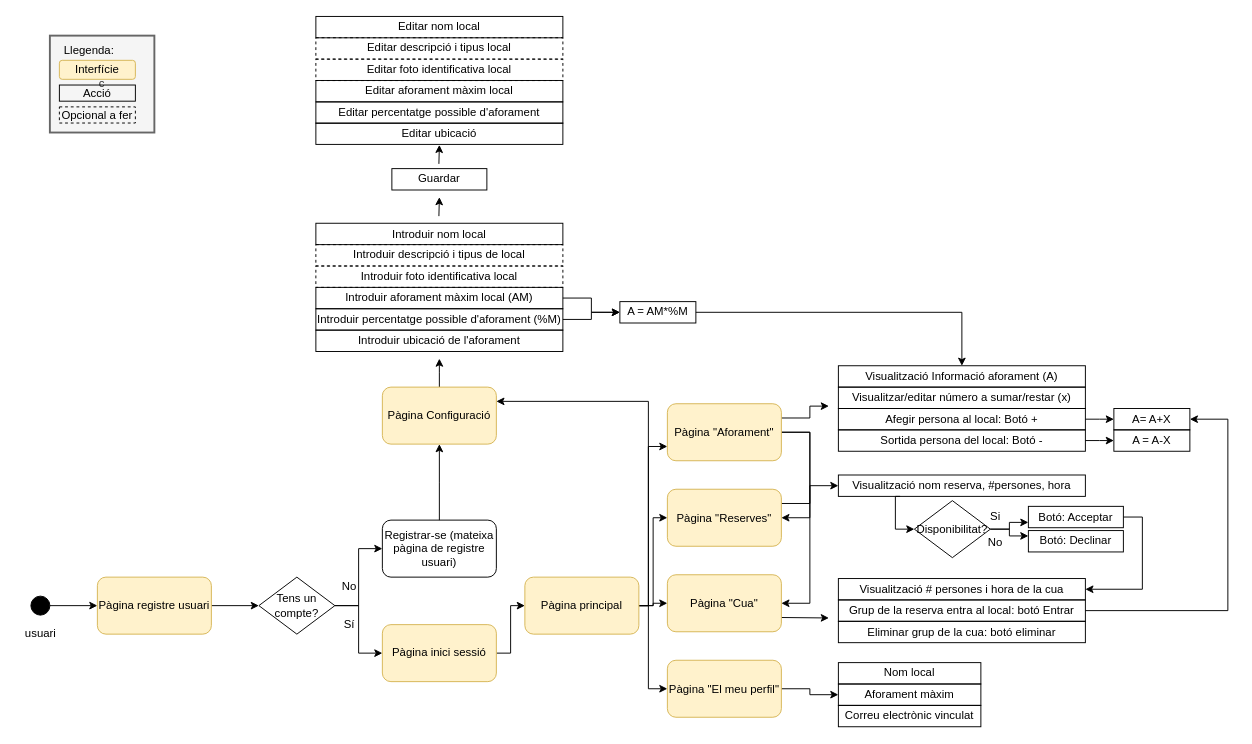
laurasistach/sinedie keeps this draw.io diagram as page "Flow general B2B" (1 of 4) of Sinedie.drawio. Above is the earlier version. Source tidied: cells renumbered, new cells numbered last; positions are measured from the earlier drawing's top-left corner, leaving out a move shared by most shapes. Both pictures are drawn from the tidied source at 95%, with x=0, y=0 at pixel (16, 16).
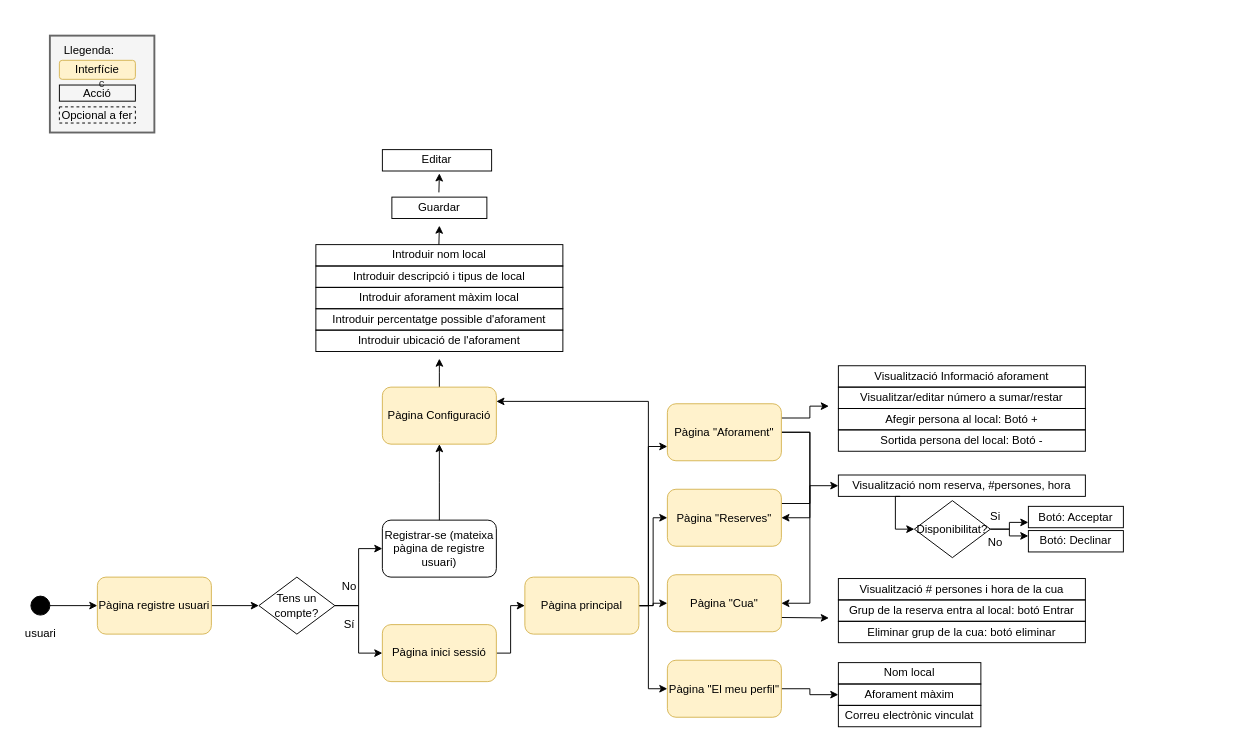
After the change.

The change refers to these unchanged cells:
```xml
<mxCell id="39" value="&lt;div style=&quot;text-align: left&quot;&gt;Afegir persona al local: Botó +&lt;/div&gt;" style="rounded=1;whiteSpace=wrap;html=1;fillColor=none;arcSize=0;" parent="1" vertex="1">
  <mxGeometry x="865" y="412.5" width="260" height="22.5" as="geometry" />
</mxCell>
<mxCell id="42" value="&lt;div style=&quot;text-align: left&quot;&gt;Sortida persona del local: Botó -&lt;/div&gt;" style="rounded=1;whiteSpace=wrap;html=1;fillColor=none;arcSize=0;" parent="1" vertex="1">
  <mxGeometry x="865" y="435" width="260" height="22.5" as="geometry" />
</mxCell>
<mxCell id="51" value="&lt;div style=&quot;text-align: left&quot;&gt;Visualització # persones i hora de la cua&lt;/div&gt;" style="rounded=1;whiteSpace=wrap;html=1;fillColor=none;arcSize=0;" parent="1" vertex="1">
  <mxGeometry x="865" y="591.5" width="260" height="22.5" as="geometry" />
</mxCell>
<mxCell id="53" value="&lt;div style=&quot;text-align: left&quot;&gt;Grup de la reserva entra al local: botó Entrar&lt;/div&gt;" style="rounded=1;whiteSpace=wrap;html=1;fillColor=none;arcSize=0;" parent="1" vertex="1">
  <mxGeometry x="865" y="614" width="260" height="22.5" as="geometry" />
</mxCell>
<mxCell id="59" value="&lt;div style=&quot;text-align: left&quot;&gt;Botó: Acceptar&lt;/div&gt;" style="rounded=1;whiteSpace=wrap;html=1;fillColor=none;arcSize=0;" parent="1" vertex="1">
  <mxGeometry x="1065" y="515.5" width="100" height="22.5" as="geometry" />
</mxCell>
```

Change to the diagram source:
```diff
@@
-    <mxCell id="37" value="&lt;div style=&quot;text-align: left&quot;&gt;Visualitzar/editar número a sumar/restar (x)&lt;/div&gt;" style="rounded=1;whiteSpace=wrap;html=1;fillColor=none;arcSize=0;" parent="1" vertex="1">
+    <mxCell id="37" value="&lt;div style=&quot;text-align: left&quot;&gt;Visualitzar/editar número a sumar/restar&lt;/div&gt;" style="rounded=1;whiteSpace=wrap;html=1;fillColor=none;arcSize=0;" parent="1" vertex="1">
       <mxGeometry x="865" y="390" width="260" height="22.5" as="geometry" />
     </mxCell>
-    <mxCell id="38" style="edgeStyle=elbowEdgeStyle;rounded=0;jettySize=auto;html=1;" parent="1" edge="1" source="39" target="40">
-      <mxGeometry relative="1" as="geometry" />
-    </mxCell>
@@
-    <mxCell id="40" value="&lt;div style=&quot;text-align: left&quot;&gt;A= A+X&lt;/div&gt;" style="rounded=1;whiteSpace=wrap;html=1;fillColor=none;arcSize=0;" parent="1" vertex="1">
-      <mxGeometry x="1155" y="412.5" width="80" height="22.5" as="geometry" />
-    </mxCell>
-    <mxCell id="41" style="edgeStyle=elbowEdgeStyle;rounded=0;jettySize=auto;html=1;exitX=1;exitY=0.5;exitDx=0;exitDy=0;entryX=0;entryY=0.5;entryDx=0;entryDy=0;" parent="1" edge="1" source="42" target="44">
-      <mxGeometry relative="1" as="geometry" />
-    </mxCell>
@@
-    <mxCell id="43" value="&lt;div style=&quot;text-align: left&quot;&gt;Visualització Informació aforament (A)&lt;/div&gt;" style="rounded=1;whiteSpace=wrap;html=1;fillColor=none;arcSize=0;" parent="1" vertex="1">
+    <mxCell id="43" value="&lt;div style=&quot;text-align: left&quot;&gt;Visualització Informació aforament&lt;/div&gt;" style="rounded=1;whiteSpace=wrap;html=1;fillColor=none;arcSize=0;" parent="1" vertex="1">
       <mxGeometry x="865" y="367.5" width="260" height="22.5" as="geometry" />
     </mxCell>
-    <mxCell id="44" value="&lt;div style=&quot;text-align: left&quot;&gt;A = A-X&lt;/div&gt;" style="rounded=1;whiteSpace=wrap;html=1;fillColor=none;arcSize=0;" parent="1" vertex="1">
-      <mxGeometry x="1155" y="435" width="80" height="22.5" as="geometry" />
-    </mxCell>
@@
-    <mxCell id="52" style="edgeStyle=elbowEdgeStyle;rounded=0;jettySize=auto;html=1;entryX=1;entryY=0.5;entryDx=0;entryDy=0;" parent="1" edge="1" source="53" target="40">
-      <mxGeometry relative="1" as="geometry">
-        <Array as="points">
-          <mxPoint x="1275" y="510" />
-          <mxPoint x="1265" y="530" />
-        </Array>
-      </mxGeometry>
-    </mxCell>
@@
-    <mxCell id="58" style="edgeStyle=elbowEdgeStyle;rounded=0;jettySize=auto;html=1;exitX=1;exitY=0.5;exitDx=0;exitDy=0;entryX=1;entryY=0.5;entryDx=0;entryDy=0;" parent="1" edge="1" source="59" target="51">
-      <mxGeometry relative="1" as="geometry">
-        <Array as="points">
-          <mxPoint x="1185" y="580" />
-          <mxPoint x="1165" y="560" />
-        </Array>
-      </mxGeometry>
-    </mxCell>
@@
-    <mxCell id="63" style="edgeStyle=elbowEdgeStyle;rounded=0;jettySize=auto;html=1;exitX=1;exitY=0.5;exitDx=0;exitDy=0;entryX=0;entryY=0.5;entryDx=0;entryDy=0;" parent="1" edge="1" source="64" target="79">
-      <mxGeometry relative="1" as="geometry" />
-    </mxCell>
-    <mxCell id="64" value="&lt;div style=&quot;text-align: left&quot;&gt;Introduir percentatge possible d'aforament (%M)&lt;/div&gt;" style="rounded=1;whiteSpace=wrap;html=1;fillColor=none;arcSize=0;" parent="1" vertex="1">
+    <mxCell id="64" value="&lt;div style=&quot;text-align: left&quot;&gt;Introduir percentatge possible d'aforament&lt;/div&gt;" style="rounded=1;whiteSpace=wrap;html=1;fillColor=none;arcSize=0;" parent="1" vertex="1">
       <mxGeometry x="315" y="307.5" width="260" height="22.5" as="geometry" />
     </mxCell>
-    <mxCell id="65" style="edgeStyle=elbowEdgeStyle;rounded=0;jettySize=auto;html=1;exitX=1;exitY=0.5;exitDx=0;exitDy=0;entryX=0;entryY=0.5;entryDx=0;entryDy=0;" parent="1" edge="1" source="66" target="79">
-      <mxGeometry relative="1" as="geometry" />
-    </mxCell>
-    <mxCell id="66" value="&lt;div style=&quot;text-align: left&quot;&gt;Introduir aforament màxim local (AM)&lt;/div&gt;" style="rounded=1;whiteSpace=wrap;html=1;fillColor=none;arcSize=0;" parent="1" vertex="1">
+    <mxCell id="66" value="&lt;div style=&quot;text-align: left&quot;&gt;Introduir aforament màxim local&lt;/div&gt;" style="rounded=1;whiteSpace=wrap;html=1;fillColor=none;arcSize=0;" parent="1" vertex="1">
       <mxGeometry x="315" y="285" width="260" height="22.5" as="geometry" />
     </mxCell>
-    <mxCell id="67" value="&lt;div style=&quot;text-align: left&quot;&gt;Introduir descripció i tipus de local&lt;/div&gt;" style="rounded=1;whiteSpace=wrap;html=1;fillColor=none;arcSize=0;dashed=1;" parent="1" vertex="1">
-      <mxGeometry x="315" y="240" width="260" height="22.5" as="geometry" />
+    <mxCell id="67" value="&lt;div style=&quot;text-align: left&quot;&gt;Introduir descripció i tipus de local&lt;/div&gt;" style="rounded=1;whiteSpace=wrap;html=1;fillColor=none;arcSize=0;" parent="1" vertex="1">
+      <mxGeometry x="315" y="262.5" width="260" height="22.5" as="geometry" />
     </mxCell>
-    <mxCell id="68" value="&lt;div style=&quot;text-align: left&quot;&gt;Introduir foto identificativa local&lt;/div&gt;" style="rounded=1;whiteSpace=wrap;html=1;fillColor=none;arcSize=0;dashed=1;" parent="1" vertex="1">
-      <mxGeometry x="315" y="262.5" width="260" height="22.5" as="geometry" />
-    </mxCell>
     <mxCell id="69" value="&lt;div style=&quot;text-align: left&quot;&gt;Guardar&lt;/div&gt;" style="rounded=1;whiteSpace=wrap;html=1;fillColor=none;arcSize=0;" parent="1" vertex="1">
-      <mxGeometry x="395" y="160" width="100" height="22.5" as="geometry" />
+      <mxGeometry x="395" y="190" width="100" height="22.5" as="geometry" />
     </mxCell>
     <mxCell id="70" value="&lt;div style=&quot;text-align: left&quot;&gt;Introduir nom local&lt;/div&gt;" style="rounded=1;whiteSpace=wrap;html=1;fillColor=none;arcSize=0;" parent="1" vertex="1">
-      <mxGeometry x="315" y="217.5" width="260" height="22.5" as="geometry" />
+      <mxGeometry x="315" y="240" width="260" height="22.5" as="geometry" />
     </mxCell>
-    <mxCell id="71" value="&lt;div style=&quot;text-align: left&quot;&gt;Editar percentatge possible d'aforament&lt;/div&gt;" style="rounded=1;whiteSpace=wrap;html=1;fillColor=none;arcSize=0;" parent="1" vertex="1">
-      <mxGeometry x="315" y="89.8" width="260" height="22.5" as="geometry" />
-    </mxCell>
-    <mxCell id="72" value="&lt;div style=&quot;text-align: left&quot;&gt;Editar aforament màxim local&lt;/div&gt;" style="rounded=1;whiteSpace=wrap;html=1;fillColor=none;arcSize=0;" parent="1" vertex="1">
-      <mxGeometry x="315" y="67.2" width="260" height="22.5" as="geometry" />
-    </mxCell>
-    <mxCell id="73" value="&lt;div style=&quot;text-align: left&quot;&gt;Editar descripció i tipus local&lt;/div&gt;" style="rounded=1;whiteSpace=wrap;html=1;fillColor=none;arcSize=0;dashed=1;" parent="1" vertex="1">
-      <mxGeometry x="315" y="22.2" width="260" height="22.5" as="geometry" />
-    </mxCell>
-    <mxCell id="74" value="&lt;div style=&quot;text-align: left&quot;&gt;Editar&lt;span&gt;&amp;nbsp;foto identificativa local&lt;/span&gt;&lt;/div&gt;" style="rounded=1;whiteSpace=wrap;html=1;fillColor=none;arcSize=0;dashed=1;" parent="1" vertex="1">
-      <mxGeometry x="315" y="44.8" width="260" height="22.5" as="geometry" />
-    </mxCell>
-    <mxCell id="75" value="&lt;div style=&quot;text-align: left&quot;&gt;Editar nom local&lt;/div&gt;" style="rounded=1;whiteSpace=wrap;html=1;fillColor=none;arcSize=0;" parent="1" vertex="1">
-      <mxGeometry x="315" y="-0.2" width="260" height="22.5" as="geometry" />
-    </mxCell>
     <mxCell id="76" style="endArrow=classic;html=1;" parent="1" edge="1">
       <mxGeometry relative="1" as="geometry">
-        <mxPoint x="444.5" y="210" as="sourcePoint" />
-        <mxPoint x="445" y="190" as="targetPoint" />
+        <mxPoint x="444.5" y="240" as="sourcePoint" />
+        <mxPoint x="445" y="220" as="targetPoint" />
       </mxGeometry>
     </mxCell>
     <mxCell id="77" style="endArrow=classic;html=1;" parent="1" edge="1">
       <mxGeometry relative="1" as="geometry">
-        <mxPoint x="444.5" y="155" as="sourcePoint" />
-        <mxPoint x="445" y="135" as="targetPoint" />
+        <mxPoint x="444.5" y="185" as="sourcePoint" />
+        <mxPoint x="445" y="165" as="targetPoint" />
       </mxGeometry>
     </mxCell>
-    <mxCell id="78" style="edgeStyle=elbowEdgeStyle;rounded=0;jettySize=auto;html=1;exitX=1;exitY=0.5;exitDx=0;exitDy=0;entryX=0.5;entryY=0;entryDx=0;entryDy=0;" parent="1" edge="1" source="79" target="43">
-      <mxGeometry relative="1" as="geometry">
-        <Array as="points">
-          <mxPoint x="995" y="340" />
-        </Array>
-      </mxGeometry>
-    </mxCell>
-    <mxCell id="79" value="&lt;div style=&quot;text-align: left&quot;&gt;A = AM*%M&lt;/div&gt;" style="rounded=1;whiteSpace=wrap;html=1;fillColor=none;arcSize=0;" parent="1" vertex="1">
-      <mxGeometry x="635" y="300" width="80" height="22.5" as="geometry" />
-    </mxCell>
@@
-    <mxCell id="81" value="&lt;div style=&quot;text-align: left&quot;&gt;Editar ubicació&lt;/div&gt;" style="rounded=1;whiteSpace=wrap;html=1;fillColor=none;arcSize=0;" parent="1" vertex="1">
-      <mxGeometry x="315" y="112" width="260" height="22.5" as="geometry" />
+    <mxCell id="81" value="&lt;div style=&quot;text-align: left&quot;&gt;Editar&lt;/div&gt;" style="rounded=1;whiteSpace=wrap;html=1;fillColor=none;arcSize=0;" parent="1" vertex="1">
+      <mxGeometry x="385" y="140" width="115" height="22.5" as="geometry" />
     </mxCell>
```
